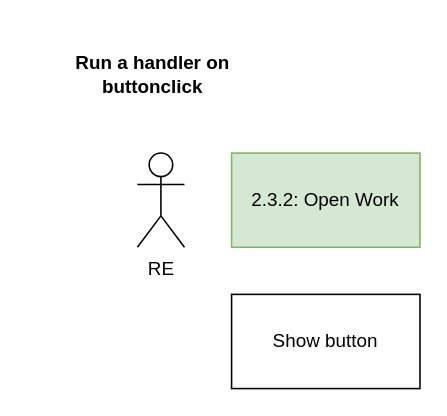
This is diagrams/2.3.4-run-a-handler-on-buttonclick.drawio from commonlims/commonlims-design, a draw.io file, before an edit. Source tidied: cells renumbered, new cells numbered last; positions are measured from the earlier drawing's top-left corner, leaving out a move shared by most shapes. Both pictures are drawn from the tidied source at 157%, with x=0, y=0 at pixel (27, 58).
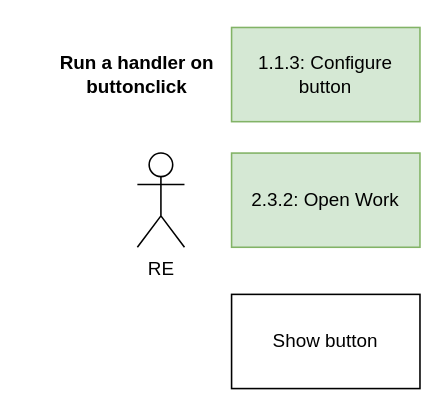
The same page after the edit.

Diff of the diagram source:
```diff
@@
 <mxGraphModel>
   <root>
     <mxCell id="0" />
     <mxCell id="1" parent="0" />
     <mxCell id="2" value="2.3.2: Open Work" style="rounded=0;whiteSpace=wrap;html=1;fillColor=#d5e8d4;strokeColor=#82b366;" parent="1" vertex="1">
       <mxGeometry x="130" y="60" width="120" height="60" as="geometry" />
     </mxCell>
     <mxCell id="3" value="Show button" style="rounded=0;whiteSpace=wrap;html=1;" parent="1" vertex="1">
       <mxGeometry x="130" y="150" width="120" height="60" as="geometry" />
     </mxCell>
     <mxCell id="4" value="RE" style="shape=umlActor;verticalLabelPosition=bottom;verticalAlign=top;html=1;" parent="1" vertex="1">
       <mxGeometry x="70" y="60" width="30" height="60" as="geometry" />
     </mxCell>
     <mxCell id="5" value="Run a handler on buttonclick" style="text;html=1;strokeColor=none;fillColor=none;align=center;verticalAlign=middle;whiteSpace=wrap;rounded=0;fontStyle=1;" parent="1" vertex="1">
-      <mxGeometry width="160" height="20" as="geometry" />
+      <mxGeometry x="10" width="120" height="20" as="geometry" />
     </mxCell>
+    <mxCell id="6" value="1.1.3: Configure button" style="rounded=0;whiteSpace=wrap;html=1;fillColor=#d5e8d4;strokeColor=#82b366;" parent="1" vertex="1">
+      <mxGeometry x="130" y="-20" width="120" height="60" as="geometry" />
+    </mxCell>
   </root>
 </mxGraphModel>
```
